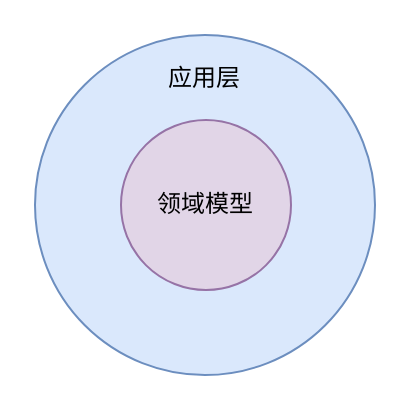
Earlier version of the draw.io diagram docs/assets/hexagonal-architecture.drawio (msqtt/moj). Source tidied: cells renumbered, new cells numbered last; positions are measured from the earlier drawing's top-left corner, leaving out a move shared by most shapes. Both pictures are drawn from the tidied source at 200%, with x=0, y=0 at pixel (34, 34).
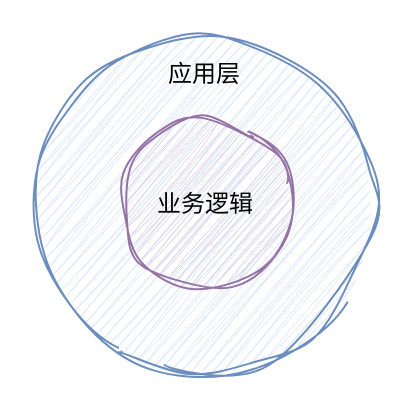
The same diagram, later.

What changed in the source:
```diff
@@
 <mxGraphModel>
   <root>
     <mxCell id="0" />
     <mxCell id="1" parent="0" />
-    <mxCell id="2" value="应用层" style="ellipse;whiteSpace=wrap;html=1;verticalAlign=top;fillColor=#dae8fc;strokeColor=#6c8ebf;horizontal=1;spacingTop=8;" parent="1" vertex="1">
+    <mxCell id="2" value="&lt;font face=&quot;Helvetica&quot;&gt;应用层&lt;/font&gt;" style="ellipse;whiteSpace=wrap;html=1;verticalAlign=top;fillColor=#dae8fc;strokeColor=#6c8ebf;horizontal=1;spacingTop=6;direction=west;sketch=1;curveFitting=1;jiggle=2;fontFamily=Helvetica;" parent="1" vertex="1">
       <mxGeometry width="170" height="170" as="geometry" />
     </mxCell>
-    <mxCell id="3" value="领域模型" style="ellipse;whiteSpace=wrap;html=1;fillColor=#e1d5e7;strokeColor=#9673a6;" parent="1" vertex="1">
+    <mxCell id="3" value="业务逻辑" style="ellipse;whiteSpace=wrap;html=1;fillColor=#e1d5e7;strokeColor=#9673a6;sketch=1;curveFitting=1;jiggle=2;" parent="1" vertex="1">
       <mxGeometry x="43" y="42.5" width="85" height="85" as="geometry" />
     </mxCell>
   </root>
 </mxGraphModel>
```
